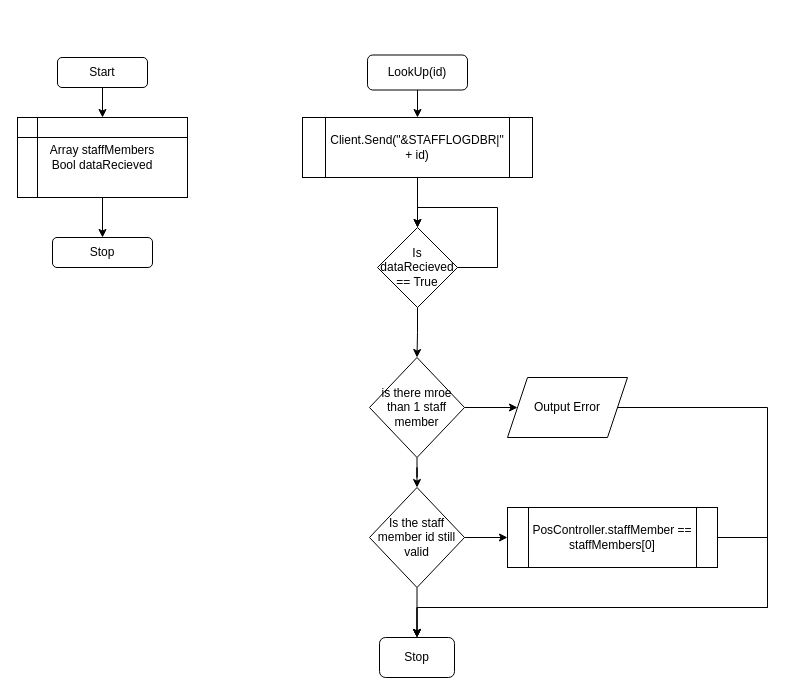
The draw.io diagram Flow diagrams/StaffLogin.drawio in Z0mbie001/BabyyPos, before the edit. Source tidied: cells renumbered, new cells numbered last; positions are measured from the earlier drawing's top-left corner, leaving out a move shared by most shapes. Both pictures are drawn from the tidied source at 100%, with x=0, y=0 at pixel (17, 55).
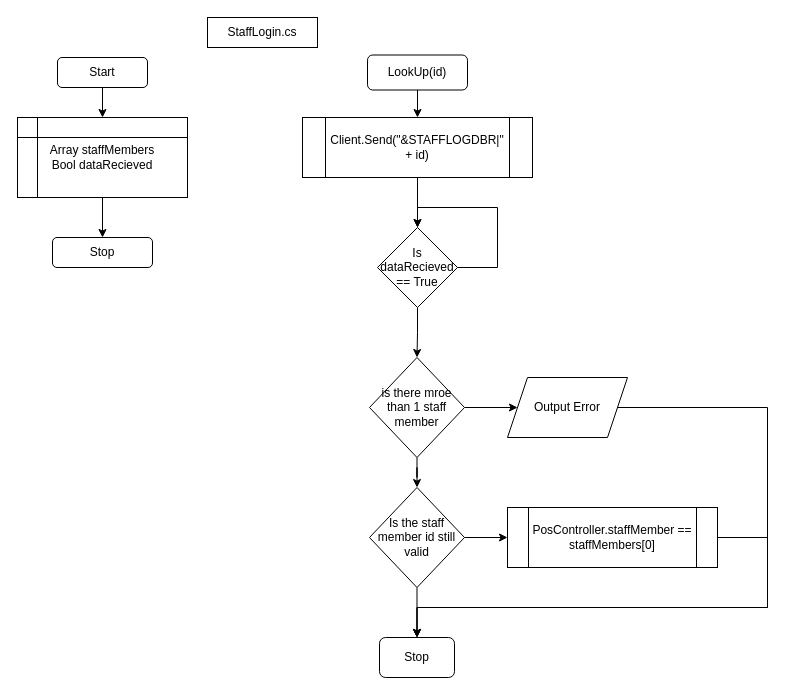
The same page after the edit.

The edit, as a diff of the source:
```diff
@@
+    <mxCell id="25" value="StaffLogin.cs" style="rounded=0;whiteSpace=wrap;html=1;" parent="1" vertex="1">
+      <mxGeometry x="190" y="-38" width="110" height="30" as="geometry" />
+    </mxCell>
```
